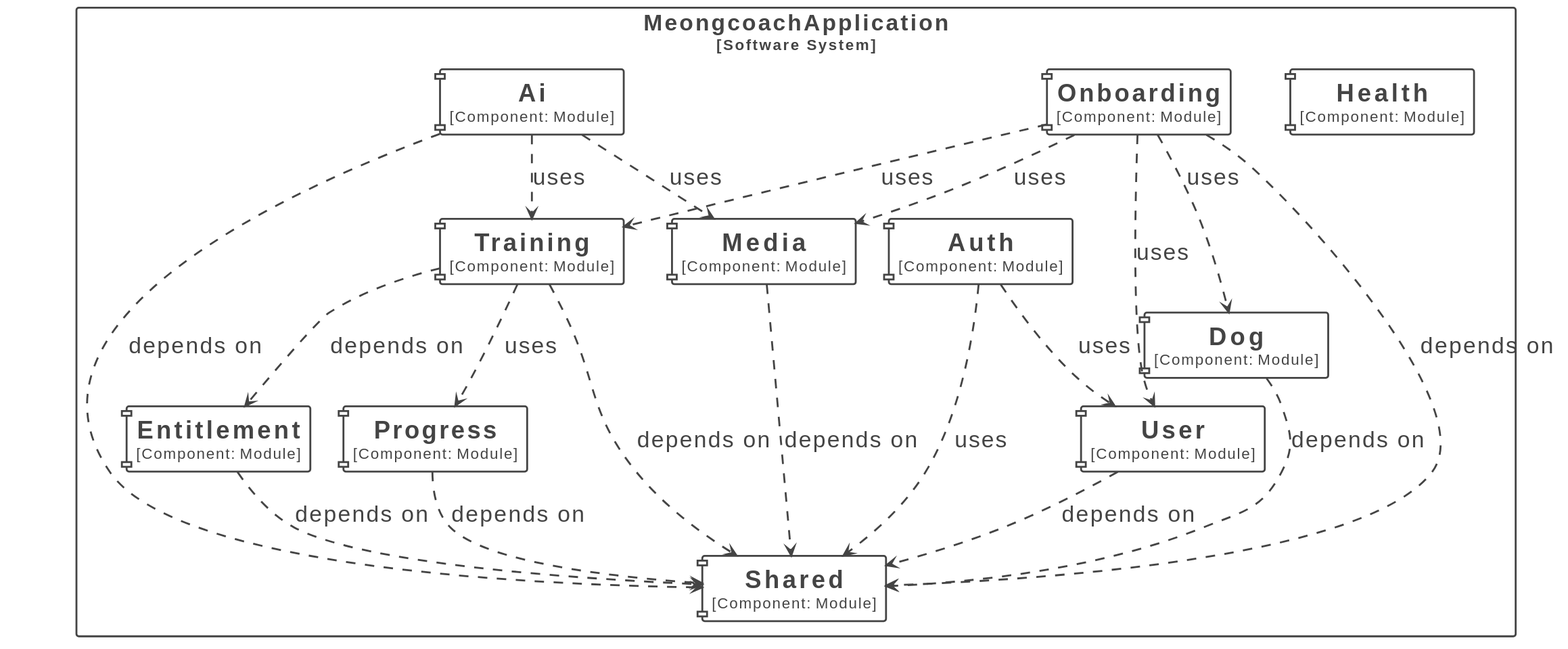
Before: docs/images/module-dependencies.svg, a diagram exported from PlantUML (DaeSaBu/meongcoach-BE).
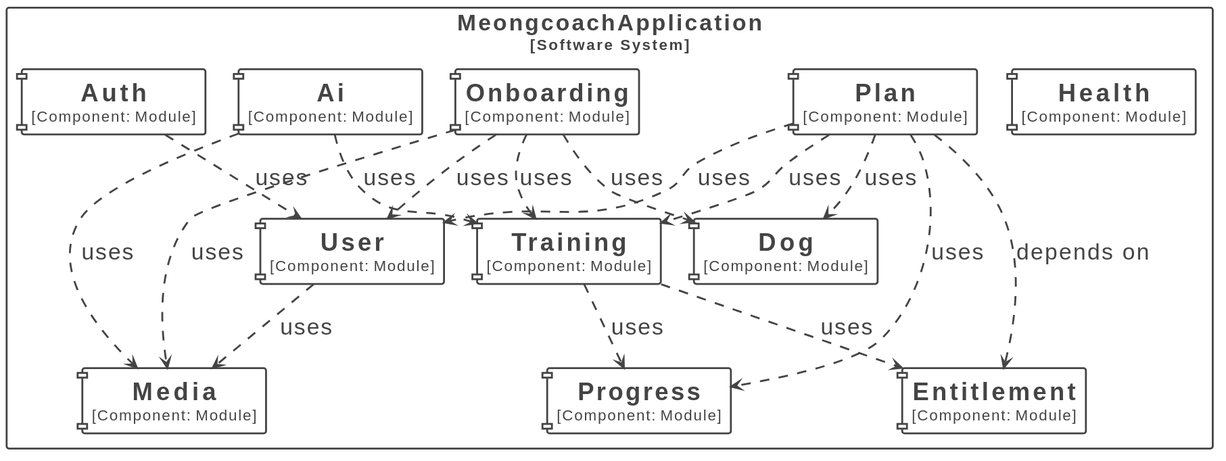
Above is the later version.

What changed in the source:
```diff
@@ -46,35 +46,32 @@
 </style>
 
 rectangle "MeongcoachApplication\n<size:16>[Software System]</size>" <<Boundary-TWVvbmdjb2FjaEFwcGxpY2F0aW9u>> {
+  component "==Ai\n<size:16>[Component: Module]</size>" <<Element-RWxlbWVudCxDb21wb25lbnQ=>> as MeongcoachApplication.MeongcoachApplication.Ai
   component "==Auth\n<size:16>[Component: Module]</size>" <<Element-RWxlbWVudCxDb21wb25lbnQ=>> as MeongcoachApplication.MeongcoachApplication.Auth
-  component "==Training\n<size:16>[Component: Module]</size>" <<Element-RWxlbWVudCxDb21wb25lbnQ=>> as MeongcoachApplication.MeongcoachApplication.Training
-  component "==Ai\n<size:16>[Component: Module]</size>" <<Element-RWxlbWVudCxDb21wb25lbnQ=>> as MeongcoachApplication.MeongcoachApplication.Ai
   component "==Onboarding\n<size:16>[Component: Module]</size>" <<Element-RWxlbWVudCxDb21wb25lbnQ=>> as MeongcoachApplication.MeongcoachApplication.Onboarding
-  component "==Health\n<size:16>[Component: Module]</size>" <<Element-RWxlbWVudCxDb21wb25lbnQ=>> as MeongcoachApplication.MeongcoachApplication.Health
-  component "==Shared\n<size:16>[Component: Module]</size>" <<Element-RWxlbWVudCxDb21wb25lbnQ=>> as MeongcoachApplication.MeongcoachApplication.Shared
+  component "==Plan\n<size:16>[Component: Module]</size>" <<Element-RWxlbWVudCxDb21wb25lbnQ=>> as MeongcoachApplication.MeongcoachApplication.Plan
   component "==Dog\n<size:16>[Component: Module]</size>" <<Element-RWxlbWVudCxDb21wb25lbnQ=>> as MeongcoachApplication.MeongcoachApplication.Dog
   component "==Entitlement\n<size:16>[Component: Module]</size>" <<Element-RWxlbWVudCxDb21wb25lbnQ=>> as MeongcoachApplication.MeongcoachApplication.Entitlement
+  component "==Health\n<size:16>[Component: Module]</size>" <<Element-RWxlbWVudCxDb21wb25lbnQ=>> as MeongcoachApplication.MeongcoachApplication.Health
   component "==Media\n<size:16>[Component: Module]</size>" <<Element-RWxlbWVudCxDb21wb25lbnQ=>> as MeongcoachApplication.MeongcoachApplication.Media
   component "==Progress\n<size:16>[Component: Module]</size>" <<Element-RWxlbWVudCxDb21wb25lbnQ=>> as MeongcoachApplication.MeongcoachApplication.Progress
+  component "==Training\n<size:16>[Component: Module]</size>" <<Element-RWxlbWVudCxDb21wb25lbnQ=>> as MeongcoachApplication.MeongcoachApplication.Training
   component "==User\n<size:16>[Component: Module]</size>" <<Element-RWxlbWVudCxDb21wb25lbnQ=>> as MeongcoachApplication.MeongcoachApplication.User
 }
 
-MeongcoachApplication.MeongcoachApplication.Ai --> MeongcoachApplication.MeongcoachApplication.Shared <<Relationship-UmVsYXRpb25zaGlw>> : "depends on"
 MeongcoachApplication.MeongcoachApplication.Ai --> MeongcoachApplication.MeongcoachApplication.Training <<Relationship-UmVsYXRpb25zaGlw>> : "uses"
 MeongcoachApplication.MeongcoachApplication.Ai --> MeongcoachApplication.MeongcoachApplication.Media <<Relationship-UmVsYXRpb25zaGlw>> : "uses"
-MeongcoachApplication.MeongcoachApplication.User --> MeongcoachApplication.MeongcoachApplication.Shared <<Relationship-UmVsYXRpb25zaGlw>> : "depends on"
-MeongcoachApplication.MeongcoachApplication.Progress --> MeongcoachApplication.MeongcoachApplication.Shared <<Relationship-UmVsYXRpb25zaGlw>> : "depends on"
-MeongcoachApplication.MeongcoachApplication.Media --> MeongcoachApplication.MeongcoachApplication.Shared <<Relationship-UmVsYXRpb25zaGlw>> : "depends on"
-MeongcoachApplication.MeongcoachApplication.Auth --> MeongcoachApplication.MeongcoachApplication.Shared <<Relationship-UmVsYXRpb25zaGlw>> : "uses"
 MeongcoachApplication.MeongcoachApplication.Auth --> MeongcoachApplication.MeongcoachApplication.User <<Relationship-UmVsYXRpb25zaGlw>> : "uses"
-MeongcoachApplication.MeongcoachApplication.Entitlement --> MeongcoachApplication.MeongcoachApplication.Shared <<Relationship-UmVsYXRpb25zaGlw>> : "depends on"
-MeongcoachApplication.MeongcoachApplication.Onboarding --> MeongcoachApplication.MeongcoachApplication.Shared <<Relationship-UmVsYXRpb25zaGlw>> : "depends on"
 MeongcoachApplication.MeongcoachApplication.Onboarding --> MeongcoachApplication.MeongcoachApplication.User <<Relationship-UmVsYXRpb25zaGlw>> : "uses"
 MeongcoachApplication.MeongcoachApplication.Onboarding --> MeongcoachApplication.MeongcoachApplication.Dog <<Relationship-UmVsYXRpb25zaGlw>> : "uses"
 MeongcoachApplication.MeongcoachApplication.Onboarding --> MeongcoachApplication.MeongcoachApplication.Media <<Relationship-UmVsYXRpb25zaGlw>> : "uses"
 MeongcoachApplication.MeongcoachApplication.Onboarding --> MeongcoachApplication.MeongcoachApplication.Training <<Relationship-UmVsYXRpb25zaGlw>> : "uses"
-MeongcoachApplication.MeongcoachApplication.Dog --> MeongcoachApplication.MeongcoachApplication.Shared <<Relationship-UmVsYXRpb25zaGlw>> : "depends on"
-MeongcoachApplication.MeongcoachApplication.Training --> MeongcoachApplication.MeongcoachApplication.Shared <<Relationship-UmVsYXRpb25zaGlw>> : "depends on"
-MeongcoachApplication.MeongcoachApplication.Training --> MeongcoachApplication.MeongcoachApplication.Entitlement <<Relationship-UmVsYXRpb25zaGlw>> : "depends on"
+MeongcoachApplication.MeongcoachApplication.Plan --> MeongcoachApplication.MeongcoachApplication.Entitlement <<Relationship-UmVsYXRpb25zaGlw>> : "depends on"
+MeongcoachApplication.MeongcoachApplication.Plan --> MeongcoachApplication.MeongcoachApplication.Training <<Relationship-UmVsYXRpb25zaGlw>> : "uses"
+MeongcoachApplication.MeongcoachApplication.Plan --> MeongcoachApplication.MeongcoachApplication.Progress <<Relationship-UmVsYXRpb25zaGlw>> : "uses"
+MeongcoachApplication.MeongcoachApplication.Plan --> MeongcoachApplication.MeongcoachApplication.User <<Relationship-UmVsYXRpb25zaGlw>> : "uses"
+MeongcoachApplication.MeongcoachApplication.Plan --> MeongcoachApplication.MeongcoachApplication.Dog <<Relationship-UmVsYXRpb25zaGlw>> : "uses"
 MeongcoachApplication.MeongcoachApplication.Training --> MeongcoachApplication.MeongcoachApplication.Progress <<Relationship-UmVsYXRpb25zaGlw>> : "uses"
+MeongcoachApplication.MeongcoachApplication.Training --> MeongcoachApplication.MeongcoachApplication.Entitlement <<Relationship-UmVsYXRpb25zaGlw>> : "uses"
+MeongcoachApplication.MeongcoachApplication.User --> MeongcoachApplication.MeongcoachApplication.Media <<Relationship-UmVsYXRpb25zaGlw>> : "uses"
 @enduml
```
